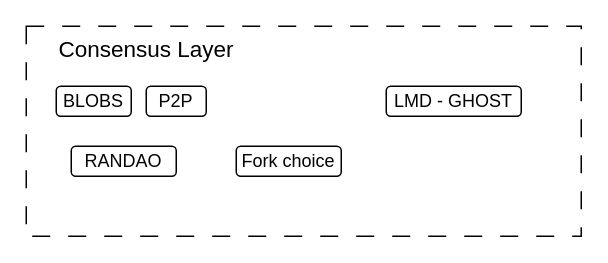
Earlier version of the draw.io diagram consensus/consensus.drawio (0xarcano/eth-protocol-studies). Source tidied: cells renumbered, new cells numbered last; positions are measured from the earlier drawing's top-left corner, leaving out a move shared by most shapes. Both pictures are drawn from the tidied source at 150%, with x=0, y=0 at pixel (26, 26).
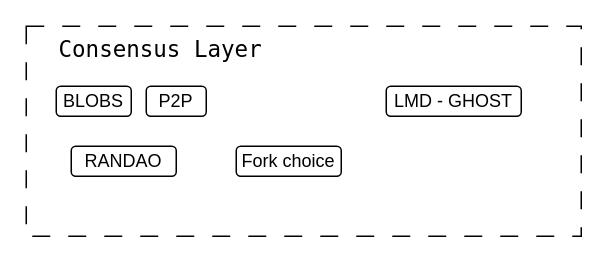
The same diagram, later.

Commit message:
Actualizar consensus/consensus.drawio

What changed in the source:
```diff
@@
 <mxGraphModel>
   <root>
     <mxCell id="0" />
     <mxCell id="1" parent="0" />
-    <mxCell id="2" style="group;" parent="1" vertex="1">
+    <mxCell id="2" style="group;fontFamily=Lucida Console;" parent="1" vertex="1">
       <mxGeometry width="370" height="140" as="geometry" />
     </mxCell>
     <mxCell id="3" style="rounded=0;whiteSpace=wrap;html=1;dashed=1;dashPattern=12 12;align=left;" parent="2" vertex="1">
       <mxGeometry width="370" height="140" as="geometry" />
     </mxCell>
     <mxCell id="4" value="BLOBS" style="rounded=1;whiteSpace=wrap;html=1;" parent="2" vertex="1">
       <mxGeometry x="20" y="40" width="50" height="20" as="geometry" />
     </mxCell>
     <mxCell id="5" value="P2P" style="rounded=1;whiteSpace=wrap;html=1;" parent="2" vertex="1">
       <mxGeometry x="80" y="40" width="40" height="20" as="geometry" />
     </mxCell>
     <mxCell id="6" value="RANDAO" style="rounded=1;whiteSpace=wrap;html=1;" parent="2" vertex="1">
       <mxGeometry x="30" y="80" width="70" height="20" as="geometry" />
     </mxCell>
     <mxCell id="7" value="Fork choice" style="rounded=1;whiteSpace=wrap;html=1;" parent="2" vertex="1">
       <mxGeometry x="140" y="80" width="70" height="20" as="geometry" />
     </mxCell>
     <mxCell id="8" value="LMD - GHOST" style="rounded=1;whiteSpace=wrap;html=1;" parent="2" vertex="1">
       <mxGeometry x="240" y="40" width="90" height="20" as="geometry" />
     </mxCell>
-    <mxCell id="9" value="Consensus Layer" style="text;html=1;align=left;verticalAlign=middle;whiteSpace=wrap;rounded=0;fontSize=15;" parent="2" vertex="1">
+    <mxCell id="9" value="Consensus Layer" style="text;html=1;align=left;verticalAlign=middle;whiteSpace=wrap;rounded=0;fontSize=15;fontFamily=Lucida Console;" parent="2" vertex="1">
       <mxGeometry x="20" width="155" height="30" as="geometry" />
     </mxCell>
   </root>
 </mxGraphModel>
```
